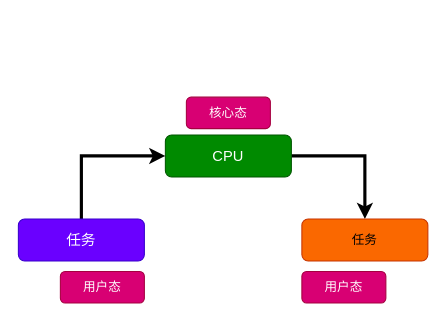
Before: 用户态切换.drawio in JamethCook/drowView, a draw.io diagram. Source tidied: cells renumbered, new cells numbered last; positions are measured from the earlier drawing's top-left corner, leaving out a move shared by most shapes. Both pictures are drawn from the tidied source at 105%, with x=0, y=0 at pixel (18, 97).
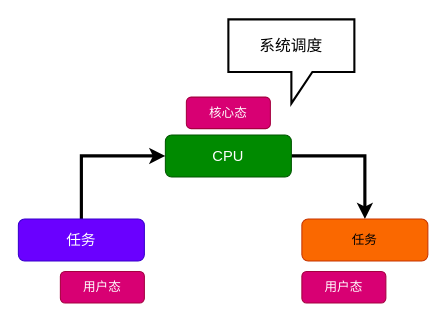
The same page after the edit.

Commit message:
更新用户态切换.drawio

Diff of the diagram source:
```diff
@@
 <mxGraphModel>
   <root>
     <mxCell id="0" />
     <mxCell id="1" parent="0" />
     <mxCell id="2" style="edgeStyle=orthogonalEdgeStyle;rounded=0;jettySize=auto;html=1;exitX=1;exitY=0.5;exitDx=0;exitDy=0;entryX=0.5;entryY=0;entryDx=0;entryDy=0;strokeWidth=3;" parent="1" edge="1" source="3" target="6">
       <mxGeometry relative="1" as="geometry" />
     </mxCell>
     <mxCell id="3" value="CPU" style="rounded=1;whiteSpace=wrap;html=1;fillColor=#008a00;strokeColor=#005700;fontColor=#ffffff;fontSize=14;" parent="1" vertex="1">
       <mxGeometry x="140" y="36" width="120" height="40" as="geometry" />
     </mxCell>
     <mxCell id="4" style="edgeStyle=orthogonalEdgeStyle;rounded=0;jettySize=auto;html=1;exitX=0.5;exitY=0;exitDx=0;exitDy=0;entryX=0;entryY=0.5;entryDx=0;entryDy=0;strokeWidth=3;" parent="1" edge="1" source="5" target="3">
       <mxGeometry relative="1" as="geometry" />
     </mxCell>
     <mxCell id="5" value="任务" style="rounded=1;whiteSpace=wrap;html=1;fillColor=#6a00ff;strokeColor=#3700CC;fontColor=#ffffff;fontSize=14;" parent="1" vertex="1">
       <mxGeometry y="116" width="120" height="40" as="geometry" />
     </mxCell>
     <mxCell id="6" value="任务" style="rounded=1;whiteSpace=wrap;html=1;fillColor=#fa6800;strokeColor=#C73500;fontColor=#000000;" parent="1" vertex="1">
       <mxGeometry x="270" y="116" width="120" height="40" as="geometry" />
     </mxCell>
     <mxCell id="7" value="用户态" style="rounded=1;whiteSpace=wrap;html=1;fillColor=#d80073;strokeColor=#A50040;fontColor=#ffffff;" parent="1" vertex="1">
       <mxGeometry x="40" y="166" width="80" height="30" as="geometry" />
     </mxCell>
     <mxCell id="8" value="用户态" style="rounded=1;whiteSpace=wrap;html=1;fillColor=#d80073;strokeColor=#A50040;fontColor=#ffffff;" parent="1" vertex="1">
       <mxGeometry x="270" y="166" width="80" height="30" as="geometry" />
     </mxCell>
     <mxCell id="9" value="核心态" style="rounded=1;whiteSpace=wrap;html=1;fillColor=#d80073;strokeColor=#A50040;fontColor=#ffffff;" parent="1" vertex="1">
       <mxGeometry x="160" width="80" height="30" as="geometry" />
     </mxCell>
+    <mxCell id="10" value="系统调度" style="shape=callout;whiteSpace=wrap;html=1;perimeter=calloutPerimeter;strokeWidth=2;fontSize=15;" parent="1" vertex="1">
+      <mxGeometry x="200" y="-74" width="120" height="80" as="geometry" />
+    </mxCell>
   </root>
 </mxGraphModel>
```
